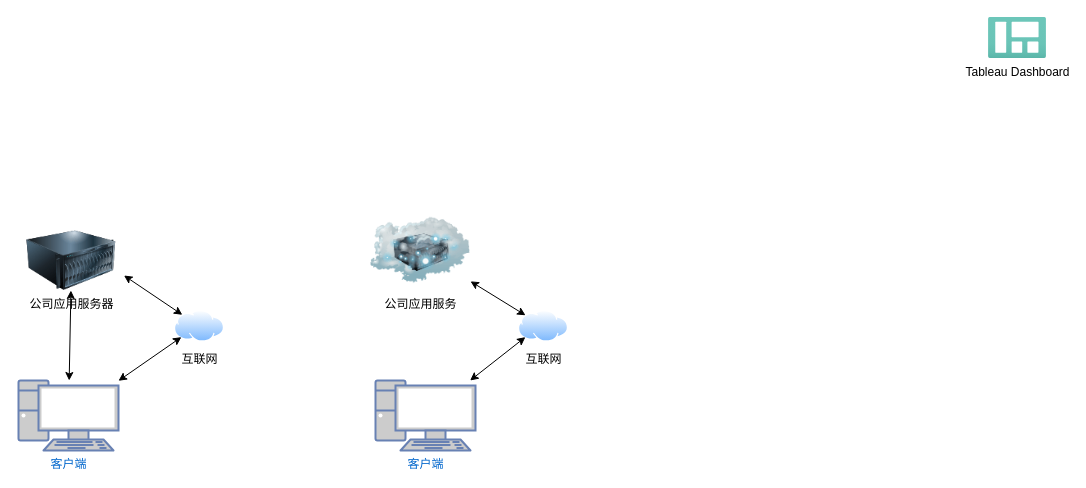
Before: aws-training.drawio in lsj188/myPlugin, a draw.io diagram. Source tidied: cells renumbered, new cells numbered last; positions are measured from the earlier drawing's top-left corner, leaving out a move shared by most shapes. Both pictures are drawn from the tidied source at 100%, with x=0, y=0 at pixel (18, 17).
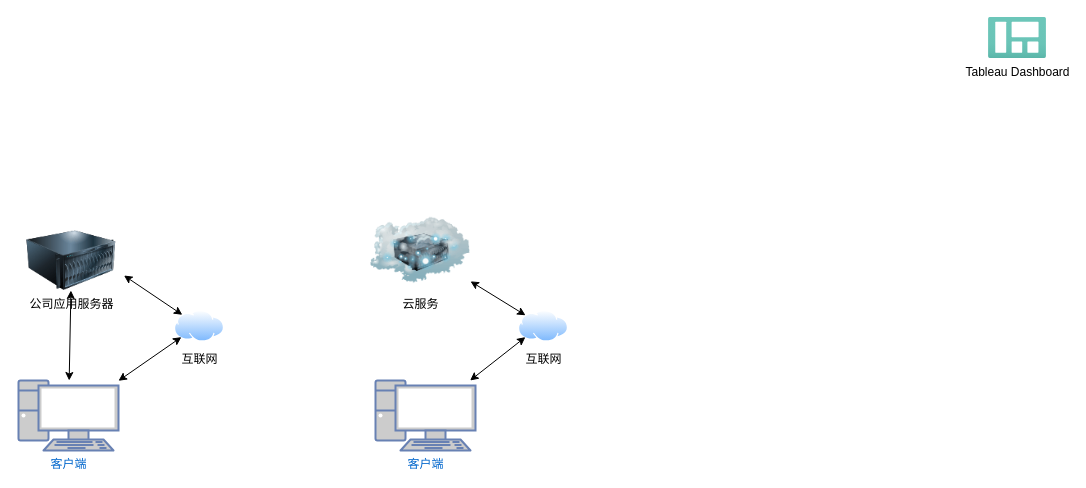
The same diagram, later.

Change to the diagram source:
```diff
@@
 <mxGraphModel>
   <root>
     <mxCell id="0" />
     <mxCell id="1" parent="0" />
     <mxCell id="2" value="Tableau Dashboard" style="html=1;align=center;image;fontSize=12;image=img/lib/azure2/general/Dashboard.svg;" parent="1" vertex="1">
       <mxGeometry x="970" width="58" height="40.9" as="geometry" />
     </mxCell>
-    <mxCell id="3" value="公司应用服务" style="image;html=1;image=img/lib/clip_art/networking/Cloud_Server_128x128.png;" parent="1" vertex="1">
+    <mxCell id="3" value="云服务" style="image;html=1;image=img/lib/clip_art/networking/Cloud_Server_128x128.png;" parent="1" vertex="1">
       <mxGeometry x="352" y="193" width="100" height="80" as="geometry" />
     </mxCell>
     <mxCell id="4" value="互联网" style="perimeter=ellipsePerimeter;html=1;align=center;shadow=0;dashed=0;spacingTop=3;image;image=img/lib/active_directory/internet_cloud.svg;" parent="1" vertex="1">
       <mxGeometry x="156" y="293" width="50" height="31.5" as="geometry" />
     </mxCell>
     <mxCell id="5" value="公司应用服务器" style="image;html=1;image=img/lib/clip_art/computers/Server_128x128.png;" parent="1" vertex="1">
       <mxGeometry x="0.5" y="213" width="105" height="60" as="geometry" />
     </mxCell>
     <mxCell id="6" value="客户端" style="fontColor=#0066CC;verticalAlign=top;verticalLabelPosition=bottom;labelPosition=center;align=center;html=1;outlineConnect=0;fillColor=#CCCCCC;strokeColor=#6881B3;gradientColor=none;gradientDirection=north;strokeWidth=2;shape=mxgraph.networks.pc;" parent="1" vertex="1">
       <mxGeometry y="363" width="100" height="70" as="geometry" />
     </mxCell>
     <mxCell id="7" style="endArrow=classic;startArrow=classic;html=1;rounded=0;" parent="1" edge="1" source="6" target="5">
       <mxGeometry relative="1" as="geometry" />
     </mxCell>
     <mxCell id="8" style="endArrow=classic;startArrow=classic;html=1;rounded=0;exitX=1;exitY=0.75;exitDx=0;exitDy=0;" parent="1" edge="1" source="5" target="4">
       <mxGeometry relative="1" as="geometry" />
     </mxCell>
     <mxCell id="9" style="endArrow=classic;startArrow=classic;html=1;rounded=0;entryX=0;entryY=1;entryDx=0;entryDy=0;" parent="1" edge="1" source="6" target="4">
       <mxGeometry relative="1" as="geometry" />
     </mxCell>
     <mxCell id="10" value="互联网" style="perimeter=ellipsePerimeter;html=1;align=center;shadow=0;dashed=0;spacingTop=3;image;image=img/lib/active_directory/internet_cloud.svg;" parent="1" vertex="1">
       <mxGeometry x="500" y="293" width="50" height="31.5" as="geometry" />
     </mxCell>
     <mxCell id="11" value="客户端" style="fontColor=#0066CC;verticalAlign=top;verticalLabelPosition=bottom;labelPosition=center;align=center;html=1;outlineConnect=0;fillColor=#CCCCCC;strokeColor=#6881B3;gradientColor=none;gradientDirection=north;strokeWidth=2;shape=mxgraph.networks.pc;" parent="1" vertex="1">
       <mxGeometry x="357" y="363" width="100" height="70" as="geometry" />
     </mxCell>
     <mxCell id="12" style="endArrow=classic;startArrow=classic;html=1;rounded=0;" parent="1" edge="1" source="3" target="10">
       <mxGeometry relative="1" as="geometry" />
     </mxCell>
     <mxCell id="13" style="endArrow=classic;startArrow=classic;html=1;rounded=0;exitX=0;exitY=1;exitDx=0;exitDy=0;" parent="1" edge="1" source="10" target="11">
       <mxGeometry relative="1" as="geometry" />
     </mxCell>
   </root>
 </mxGraphModel>
```
